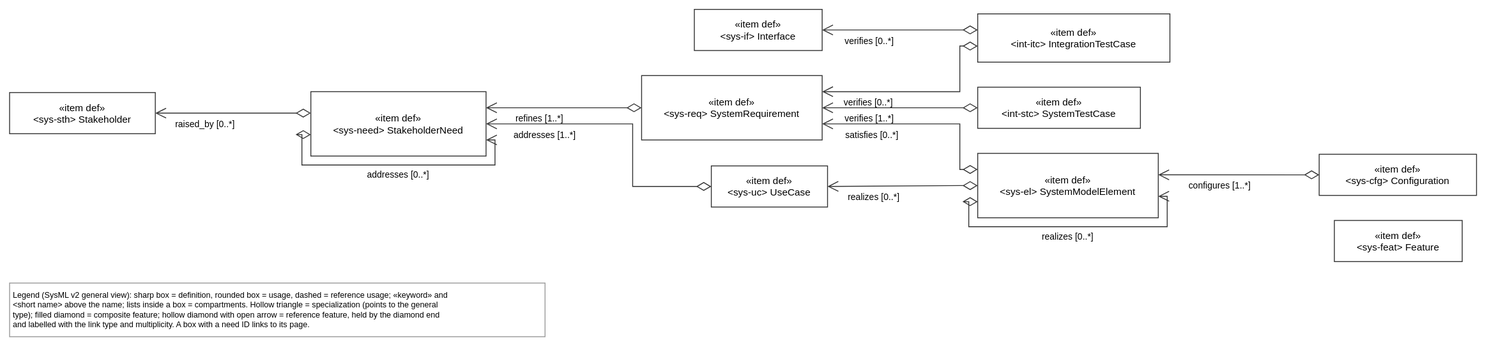
Before: views/traceSystem.drawio.svg, a diagram exported from draw.io (tiacsys/xdmod). Source tidied: cells renumbered, new cells last; positions are measured from the earlier drawing's top-left corner, leaving out a move shared by most shapes.
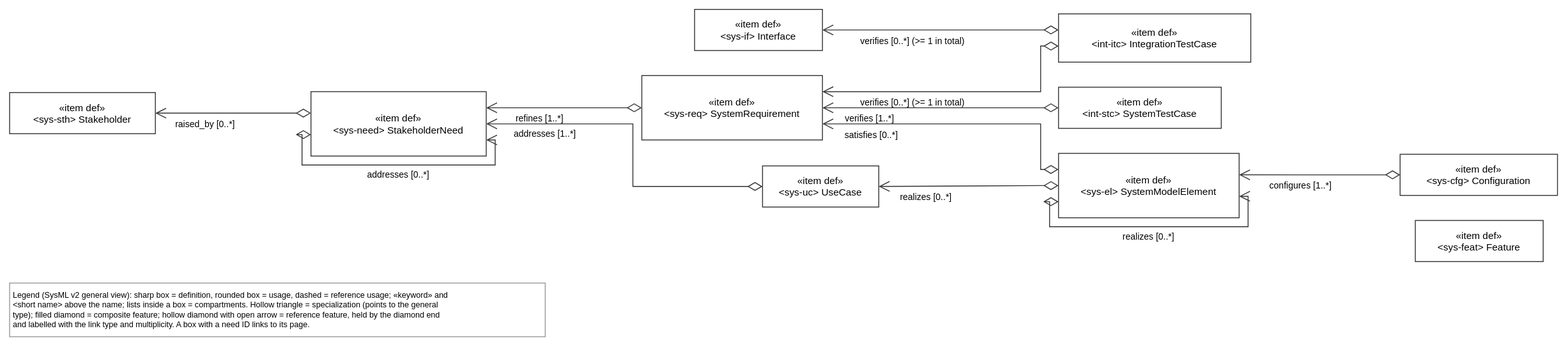
The same file after the commit.

Diff of the diagram source:
```diff
@@ -3,16 +3,16 @@
     <mxCell id="0" />
     <mxCell id="1" parent="0" />
     <mxCell id="2" value="«item def»&#10;&lt;int-itc&gt; IntegrationTestCase" style="html=0;fontFamily=Helvetica;fontSize=11;strokeColor=#333333;rounded=0;fillColor=#FFFFFF;verticalAlign=middle;" parent="1" vertex="1">
-      <mxGeometry x="1083" y="5" width="215" height="54" as="geometry" />
+      <mxGeometry x="1173" y="5" width="215" height="54" as="geometry" />
     </mxCell>
     <mxCell id="3" value="«item def»&#10;&lt;int-stc&gt; SystemTestCase" style="html=0;fontFamily=Helvetica;fontSize=11;strokeColor=#333333;rounded=0;fillColor=#FFFFFF;verticalAlign=middle;" parent="1" vertex="1">
-      <mxGeometry x="1083" y="87" width="182" height="46" as="geometry" />
+      <mxGeometry x="1173" y="87" width="182" height="46" as="geometry" />
     </mxCell>
     <mxCell id="4" value="«item def»&#10;&lt;sys-cfg&gt; Configuration" style="html=0;fontFamily=Helvetica;fontSize=11;strokeColor=#333333;rounded=0;fillColor=#FFFFFF;verticalAlign=middle;" parent="1" vertex="1">
-      <mxGeometry x="1465" y="162" width="176" height="46" as="geometry" />
+      <mxGeometry x="1555" y="162" width="176" height="46" as="geometry" />
     </mxCell>
     <mxCell id="5" value="«item def»&#10;&lt;sys-feat&gt; Feature" style="html=0;fontFamily=Helvetica;fontSize=11;strokeColor=#333333;rounded=0;fillColor=#FFFFFF;verticalAlign=middle;" parent="1" vertex="1">
-      <mxGeometry x="1482" y="236" width="143" height="46" as="geometry" />
+      <mxGeometry x="1572" y="236" width="143" height="46" as="geometry" />
     </mxCell>
     <mxCell id="6" value="«item def»&#10;&lt;sys-if&gt; Interface" style="html=0;fontFamily=Helvetica;fontSize=11;strokeColor=#333333;rounded=0;fillColor=#FFFFFF;verticalAlign=middle;" parent="1" vertex="1">
       <mxGeometry x="766" width="143" height="46" as="geometry" />
@@ -24,34 +24,34 @@
       <mxGeometry x="337" y="92" width="196" height="72" as="geometry" />
     </mxCell>
     <mxCell id="9" value="«item def»&#10;&lt;sys-el&gt; SystemModelElement" style="html=0;fontFamily=Helvetica;fontSize=11;strokeColor=#333333;rounded=0;fillColor=#FFFFFF;verticalAlign=middle;" parent="1" vertex="1">
-      <mxGeometry x="1083" y="161" width="202" height="72" as="geometry" />
+      <mxGeometry x="1173" y="161" width="202" height="72" as="geometry" />
     </mxCell>
     <mxCell id="10" value="«item def»&#10;&lt;sys-req&gt; SystemRequirement" style="html=0;fontFamily=Helvetica;fontSize=11;strokeColor=#333333;rounded=0;fillColor=#FFFFFF;verticalAlign=middle;" parent="1" vertex="1">
       <mxGeometry x="707" y="74" width="202" height="72" as="geometry" />
     </mxCell>
     <mxCell id="11" value="«item def»&#10;&lt;sys-uc&gt; UseCase" style="html=0;fontFamily=Helvetica;fontSize=11;strokeColor=#333333;rounded=0;fillColor=#FFFFFF;verticalAlign=middle;" parent="1" vertex="1">
-      <mxGeometry x="785" y="175" width="130" height="46" as="geometry" />
+      <mxGeometry x="842" y="175" width="130" height="46" as="geometry" />
     </mxCell>
     <mxCell id="12" value="Legend (SysML v2 general view): sharp box = definition, rounded box = usage, dashed = reference usage; «keyword» and&#10;&lt;short name&gt; above the name; lists inside a box = compartments. Hollow triangle = specialization (points to the general&#10;type); filled diamond = composite feature; hollow diamond with open arrow = reference feature, held by the diamond end&#10;and labelled with the link type and multiplicity. A box with a need ID links to its page." style="text;html=0;align=left;verticalAlign=top;fontFamily=Helvetica;fontSize=9;fillColor=#FFFFFF;strokeColor=#999999;spacing=4;" parent="1" vertex="1">
       <mxGeometry y="306" width="599" height="60" as="geometry" />
     </mxCell>
-    <mxCell id="13" value="verifies [0..*]" style="html=0;rounded=0;endSize=10;startSize=14;fontFamily=Helvetica;fontSize=10;labelBackgroundColor=#FFFFFF;strokeColor=#333333;startArrow=diamondThin;startFill=0;endArrow=open;exitX=0.000;exitY=0.333;exitDx=0;exitDy=0;exitPerimeter=0;entryX=1.000;entryY=0.500;entryDx=0;entryDy=0;entryPerimeter=0;" parent="1" edge="1" source="2" target="6">
+    <mxCell id="13" value="verifies [0..*] (&gt;= 1 in total)" style="html=0;rounded=0;endSize=10;startSize=14;fontFamily=Helvetica;fontSize=10;labelBackgroundColor=#FFFFFF;strokeColor=#333333;startArrow=diamondThin;startFill=0;endArrow=open;exitX=0.000;exitY=0.333;exitDx=0;exitDy=0;exitPerimeter=0;entryX=1.000;entryY=0.500;entryDx=0;entryDy=0;entryPerimeter=0;" parent="1" edge="1" source="2" target="6">
       <mxGeometry relative="1" as="geometry">
-        <mxPoint x="-34" y="12" as="offset" />
+        <mxPoint x="-31" y="12" as="offset" />
       </mxGeometry>
     </mxCell>
-    <mxCell id="14" value="verifies [0..*]" style="html=0;rounded=0;endSize=10;startSize=14;fontFamily=Helvetica;fontSize=10;labelBackgroundColor=#FFFFFF;strokeColor=#333333;startArrow=diamondThin;startFill=0;endArrow=open;exitX=0.000;exitY=0.667;exitDx=0;exitDy=0;exitPerimeter=0;entryX=1.000;entryY=0.250;entryDx=0;entryDy=0;entryPerimeter=0;" parent="1" edge="1" source="2" target="10">
+    <mxCell id="14" value="verifies [0..*] (&gt;= 1 in total)" style="html=0;rounded=0;endSize=10;startSize=14;fontFamily=Helvetica;fontSize=10;labelBackgroundColor=#FFFFFF;strokeColor=#333333;startArrow=diamondThin;startFill=0;endArrow=open;exitX=0.000;exitY=0.667;exitDx=0;exitDy=0;exitPerimeter=0;entryX=1.000;entryY=0.250;entryDx=0;entryDy=0;entryPerimeter=0;" parent="1" edge="1" source="2" target="10">
       <mxGeometry relative="1" as="geometry">
         <Array as="points">
-          <mxPoint x="1063" y="41" />
-          <mxPoint x="1063" y="92" />
+          <mxPoint x="1153" y="41" />
+          <mxPoint x="1153" y="92" />
         </Array>
-        <mxPoint x="-60" y="12" as="offset" />
+        <mxPoint x="-56" y="12" as="offset" />
       </mxGeometry>
     </mxCell>
     <mxCell id="15" value="verifies [1..*]" style="html=0;rounded=0;endSize=10;startSize=14;fontFamily=Helvetica;fontSize=10;labelBackgroundColor=#FFFFFF;strokeColor=#333333;startArrow=diamondThin;startFill=0;endArrow=open;exitX=0.000;exitY=0.500;exitDx=0;exitDy=0;exitPerimeter=0;entryX=1.000;entryY=0.500;entryDx=0;entryDy=0;entryPerimeter=0;" parent="1" edge="1" source="3" target="10">
       <mxGeometry relative="1" as="geometry">
-        <mxPoint x="-34" y="12" as="offset" />
+        <mxPoint x="-79" y="12" as="offset" />
       </mxGeometry>
     </mxCell>
     <mxCell id="16" value="configures [1..*]" style="html=0;rounded=0;endSize=10;startSize=14;fontFamily=Helvetica;fontSize=10;labelBackgroundColor=#FFFFFF;strokeColor=#333333;startArrow=diamondThin;startFill=0;endArrow=open;exitX=0.000;exitY=0.500;exitDx=0;exitDy=0;exitPerimeter=0;entryX=1.000;entryY=0.333;entryDx=0;entryDy=0;entryPerimeter=0;" parent="1" edge="1" source="4" target="9">
@@ -78,10 +78,10 @@
     <mxCell id="19" value="realizes [0..*]" style="html=0;rounded=0;endSize=10;startSize=14;fontFamily=Helvetica;fontSize=10;labelBackgroundColor=#FFFFFF;strokeColor=#333333;startArrow=diamondThin;startFill=0;endArrow=open;exitX=0.000;exitY=0.750;exitDx=0;exitDy=0;exitPerimeter=0;entryX=1.000;entryY=0.667;entryDx=0;entryDy=0;entryPerimeter=0;" parent="1" edge="1" source="9" target="9">
       <mxGeometry relative="1" as="geometry">
         <Array as="points">
-          <mxPoint x="1073" y="215" />
-          <mxPoint x="1073" y="243" />
-          <mxPoint x="1295" y="243" />
-          <mxPoint x="1295" y="209" />
+          <mxPoint x="1163" y="215" />
+          <mxPoint x="1163" y="243" />
+          <mxPoint x="1385" y="243" />
+          <mxPoint x="1385" y="209" />
         </Array>
         <mxPoint x="-3" y="11" as="offset" />
       </mxGeometry>
@@ -89,19 +89,19 @@
     <mxCell id="20" value="satisfies [0..*]" style="html=0;rounded=0;endSize=10;startSize=14;fontFamily=Helvetica;fontSize=10;labelBackgroundColor=#FFFFFF;strokeColor=#333333;startArrow=diamondThin;startFill=0;endArrow=open;exitX=0.000;exitY=0.250;exitDx=0;exitDy=0;exitPerimeter=0;entryX=1.000;entryY=0.750;entryDx=0;entryDy=0;entryPerimeter=0;" parent="1" edge="1" source="9" target="10">
       <mxGeometry relative="1" as="geometry">
         <Array as="points">
-          <mxPoint x="1063" y="179" />
-          <mxPoint x="1063" y="128" />
+          <mxPoint x="1153" y="179" />
+          <mxPoint x="1153" y="128" />
         </Array>
-        <mxPoint x="-56" y="12" as="offset" />
+        <mxPoint x="-102" y="12" as="offset" />
       </mxGeometry>
     </mxCell>
     <mxCell id="21" value="realizes [0..*]" style="html=0;rounded=0;endSize=10;startSize=14;fontFamily=Helvetica;fontSize=10;labelBackgroundColor=#FFFFFF;strokeColor=#333333;startArrow=diamondThin;startFill=0;endArrow=open;exitX=0.000;exitY=0.500;exitDx=0;exitDy=0;exitPerimeter=0;entryX=1.000;entryY=0.500;entryDx=0;entryDy=0;entryPerimeter=0;" parent="1" edge="1" source="9" target="11">
       <mxGeometry relative="1" as="geometry">
         <Array as="points">
-          <mxPoint x="1063" y="197" />
-          <mxPoint x="1063" y="198" />
+          <mxPoint x="1153" y="197" />
+          <mxPoint x="1153" y="198" />
         </Array>
-        <mxPoint x="-32" y="12" as="offset" />
+        <mxPoint x="-48" y="12" as="offset" />
       </mxGeometry>
     </mxCell>
     <mxCell id="22" value="refines [1..*]" style="html=0;rounded=0;endSize=10;startSize=14;fontFamily=Helvetica;fontSize=10;labelBackgroundColor=#FFFFFF;strokeColor=#333333;startArrow=diamondThin;startFill=0;endArrow=open;exitX=0.000;exitY=0.500;exitDx=0;exitDy=0;exitPerimeter=0;entryX=1.000;entryY=0.250;entryDx=0;entryDy=0;entryPerimeter=0;" parent="1" edge="1" source="10" target="8">
@@ -115,7 +115,7 @@
           <mxPoint x="697" y="198" />
           <mxPoint x="697" y="128" />
         </Array>
-        <mxPoint x="-95" y="12" as="offset" />
+        <mxPoint x="-98" y="-14" as="offset" />
       </mxGeometry>
     </mxCell>
   </root>
```
